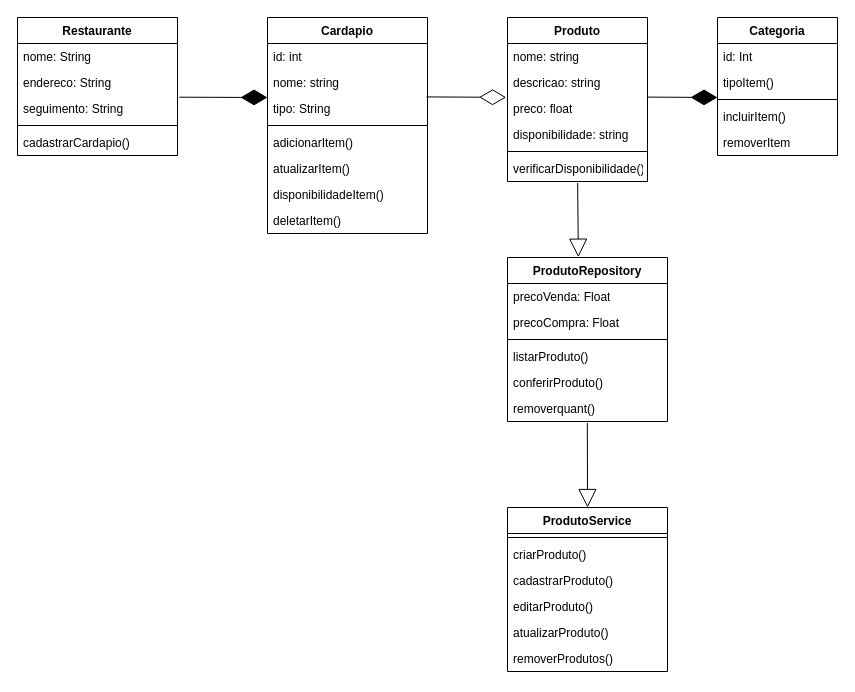
The draw.io diagram Back-End/Formativa/Sistema_SaborDigital.drawio in avasconcelos-tech/Senai, before the edit. Source tidied: cells renumbered, new cells numbered last; positions are measured from the earlier drawing's top-left corner, leaving out a move shared by most shapes. Both pictures are drawn from the tidied source at 100%, with x=0, y=0 at pixel (17, 17).
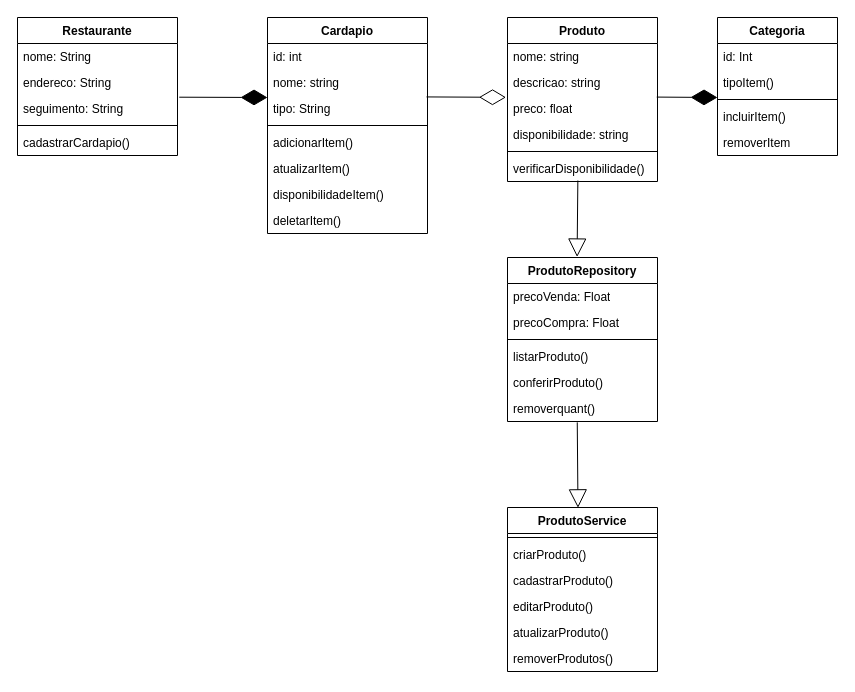
The same diagram, later.

The edit, as a diff of the source:
```diff
@@
     <mxCell id="17" value="Produto" style="swimlane;fontStyle=1;align=center;verticalAlign=top;horizontal=1;startSize=26;whiteSpace=wrap;html=1;" parent="1" vertex="1">
-      <mxGeometry x="490" width="140" height="164" as="geometry" />
+      <mxGeometry x="490" width="150" height="164" as="geometry" />
     </mxCell>
     <mxCell id="18" value="nome: string" style="text;strokeColor=none;fillColor=none;align=left;verticalAlign=top;spacingLeft=4;spacingRight=4;overflow=hidden;whiteSpace=wrap;html=1;" parent="17" vertex="1">
-      <mxGeometry y="26" width="140" height="26" as="geometry" />
+      <mxGeometry y="26" width="150" height="26" as="geometry" />
     </mxCell>
     <mxCell id="19" value="descricao: string" style="text;strokeColor=none;fillColor=none;align=left;verticalAlign=top;spacingLeft=4;spacingRight=4;overflow=hidden;whiteSpace=wrap;html=1;" parent="17" vertex="1">
-      <mxGeometry y="52" width="140" height="26" as="geometry" />
+      <mxGeometry y="52" width="150" height="26" as="geometry" />
     </mxCell>
     <mxCell id="20" value="preco: float" style="text;strokeColor=none;fillColor=none;align=left;verticalAlign=top;spacingLeft=4;spacingRight=4;overflow=hidden;points=[[0,0.5],[1,0.5]];portConstraint=eastwest;whiteSpace=wrap;html=1;" parent="17" vertex="1">
-      <mxGeometry y="78" width="140" height="26" as="geometry" />
+      <mxGeometry y="78" width="150" height="26" as="geometry" />
     </mxCell>
     <mxCell id="21" value="disponibilidade: string" style="text;strokeColor=none;fillColor=none;align=left;verticalAlign=top;spacingLeft=4;spacingRight=4;overflow=hidden;whiteSpace=wrap;html=1;" parent="17" vertex="1">
-      <mxGeometry y="104" width="140" height="26" as="geometry" />
+      <mxGeometry y="104" width="150" height="26" as="geometry" />
     </mxCell>
     <mxCell id="22" style="line;strokeWidth=1;fillColor=none;align=left;verticalAlign=middle;spacingTop=-1;spacingLeft=3;spacingRight=3;labelPosition=right;strokeColor=inherit;" parent="17" vertex="1">
-      <mxGeometry y="130" width="140" height="8" as="geometry" />
+      <mxGeometry y="130" width="150" height="8" as="geometry" />
     </mxCell>
     <mxCell id="23" value="verificarDisponibilidade()" style="text;strokeColor=none;fillColor=none;align=left;verticalAlign=top;spacingLeft=4;spacingRight=4;overflow=hidden;points=[[0,0.5],[1,0.5]];portConstraint=eastwest;whiteSpace=wrap;html=1;" parent="17" vertex="1">
-      <mxGeometry y="138" width="140" height="26" as="geometry" />
+      <mxGeometry y="138" width="150" height="26" as="geometry" />
     </mxCell>
@@
     <mxCell id="30" value="ProdutoService" style="swimlane;fontStyle=1;align=center;verticalAlign=top;horizontal=1;startSize=26;whiteSpace=wrap;html=1;" parent="1" vertex="1">
-      <mxGeometry x="490" y="490" width="160" height="164" as="geometry" />
+      <mxGeometry x="490" y="490" width="150" height="164" as="geometry" />
     </mxCell>
     <mxCell id="31" style="line;strokeWidth=1;fillColor=none;align=left;verticalAlign=middle;spacingTop=-1;spacingLeft=3;spacingRight=3;labelPosition=right;strokeColor=inherit;" parent="30" vertex="1">
-      <mxGeometry y="26" width="160" height="8" as="geometry" />
+      <mxGeometry y="26" width="150" height="8" as="geometry" />
     </mxCell>
     <mxCell id="32" value="criarProduto()" style="text;strokeColor=none;fillColor=none;align=left;verticalAlign=top;spacingLeft=4;spacingRight=4;overflow=hidden;whiteSpace=wrap;html=1;" parent="30" vertex="1">
-      <mxGeometry y="34" width="160" height="26" as="geometry" />
+      <mxGeometry y="34" width="150" height="26" as="geometry" />
     </mxCell>
     <mxCell id="33" value="cadastrarProduto()" style="text;strokeColor=none;fillColor=none;align=left;verticalAlign=top;spacingLeft=4;spacingRight=4;overflow=hidden;whiteSpace=wrap;html=1;" parent="30" vertex="1">
-      <mxGeometry y="60" width="160" height="26" as="geometry" />
+      <mxGeometry y="60" width="150" height="26" as="geometry" />
     </mxCell>
     <mxCell id="34" value="editarProduto()" style="text;strokeColor=none;fillColor=none;align=left;verticalAlign=top;spacingLeft=4;spacingRight=4;overflow=hidden;whiteSpace=wrap;html=1;" parent="30" vertex="1">
-      <mxGeometry y="86" width="160" height="26" as="geometry" />
+      <mxGeometry y="86" width="150" height="26" as="geometry" />
     </mxCell>
     <mxCell id="35" value="atualizarProduto()" style="text;strokeColor=none;fillColor=none;align=left;verticalAlign=top;spacingLeft=4;spacingRight=4;overflow=hidden;whiteSpace=wrap;html=1;" parent="30" vertex="1">
-      <mxGeometry y="112" width="160" height="26" as="geometry" />
+      <mxGeometry y="112" width="150" height="26" as="geometry" />
     </mxCell>
     <mxCell id="36" value="removerProdutos()" style="text;strokeColor=none;fillColor=none;align=left;verticalAlign=top;spacingLeft=4;spacingRight=4;overflow=hidden;whiteSpace=wrap;html=1;" parent="30" vertex="1">
-      <mxGeometry y="138" width="160" height="26" as="geometry" />
+      <mxGeometry y="138" width="150" height="26" as="geometry" />
     </mxCell>
     <mxCell id="37" value="ProdutoRepository&lt;div&gt;&lt;br&gt;&lt;/div&gt;" style="swimlane;fontStyle=1;align=center;verticalAlign=top;horizontal=1;startSize=26;whiteSpace=wrap;html=1;" parent="1" vertex="1">
-      <mxGeometry x="490" y="240" width="160" height="164" as="geometry" />
+      <mxGeometry x="490" y="240" width="150" height="164" as="geometry" />
     </mxCell>
     <mxCell id="38" value="precoVenda: Float" style="text;strokeColor=none;fillColor=none;align=left;verticalAlign=top;spacingLeft=4;spacingRight=4;overflow=hidden;whiteSpace=wrap;html=1;" parent="37" vertex="1">
-      <mxGeometry y="26" width="160" height="26" as="geometry" />
+      <mxGeometry y="26" width="150" height="26" as="geometry" />
     </mxCell>
     <mxCell id="39" value="precoCompra: Float" style="text;strokeColor=none;fillColor=none;align=left;verticalAlign=top;spacingLeft=4;spacingRight=4;overflow=hidden;whiteSpace=wrap;html=1;" parent="37" vertex="1">
-      <mxGeometry y="52" width="160" height="26" as="geometry" />
+      <mxGeometry y="52" width="150" height="26" as="geometry" />
     </mxCell>
     <mxCell id="40" style="line;strokeWidth=1;fillColor=none;align=left;verticalAlign=middle;spacingTop=-1;spacingLeft=3;spacingRight=3;labelPosition=right;strokeColor=inherit;" parent="37" vertex="1">
-      <mxGeometry y="78" width="160" height="8" as="geometry" />
+      <mxGeometry y="78" width="150" height="8" as="geometry" />
     </mxCell>
     <mxCell id="41" value="listarProduto()" style="text;strokeColor=none;fillColor=none;align=left;verticalAlign=top;spacingLeft=4;spacingRight=4;overflow=hidden;whiteSpace=wrap;html=1;" parent="37" vertex="1">
-      <mxGeometry y="86" width="160" height="26" as="geometry" />
+      <mxGeometry y="86" width="150" height="26" as="geometry" />
     </mxCell>
     <mxCell id="42" value="conferirProduto()" style="text;strokeColor=none;fillColor=none;align=left;verticalAlign=top;spacingLeft=4;spacingRight=4;overflow=hidden;whiteSpace=wrap;html=1;" parent="37" vertex="1">
-      <mxGeometry y="112" width="160" height="26" as="geometry" />
+      <mxGeometry y="112" width="150" height="26" as="geometry" />
     </mxCell>
     <mxCell id="43" value="removerquant()" style="text;strokeColor=none;fillColor=none;align=left;verticalAlign=top;spacingLeft=4;spacingRight=4;overflow=hidden;points=[[0,0.5],[1,0.5]];portConstraint=eastwest;whiteSpace=wrap;html=1;" parent="37" vertex="1">
-      <mxGeometry y="138" width="160" height="26" as="geometry" />
+      <mxGeometry y="138" width="150" height="26" as="geometry" />
     </mxCell>
@@
-    <mxCell id="45" style="endArrow=block;endSize=16;endFill=0;html=1;rounded=0;entryX=0.443;entryY=-0.002;entryDx=0;entryDy=0;entryPerimeter=0;exitX=0.501;exitY=1.06;exitDx=0;exitDy=0;exitPerimeter=0;" parent="1" edge="1" source="23" target="37">
+    <mxCell id="45" style="endArrow=block;endSize=16;endFill=0;html=1;rounded=0;entryX=0.464;entryY=-0.003;entryDx=0;entryDy=0;entryPerimeter=0;exitX=0.469;exitY=0.964;exitDx=0;exitDy=0;exitPerimeter=0;" parent="1" edge="1" source="23" target="37">
       <mxGeometry relative="1" as="geometry" />
     </mxCell>
-    <mxCell id="46" style="endArrow=block;endSize=16;endFill=0;html=1;rounded=0;exitX=0.499;exitY=1.061;exitDx=0;exitDy=0;exitPerimeter=0;entryX=0.5;entryY=0;entryDx=0;entryDy=0;" parent="1" edge="1" source="43" target="30">
+    <mxCell id="46" style="endArrow=block;endSize=16;endFill=0;html=1;rounded=0;exitX=0.465;exitY=1.032;exitDx=0;exitDy=0;exitPerimeter=0;entryX=0.47;entryY=0.002;entryDx=0;entryDy=0;entryPerimeter=0;" parent="1" edge="1" source="43" target="30">
       <mxGeometry relative="1" as="geometry" />
     </mxCell>
```
